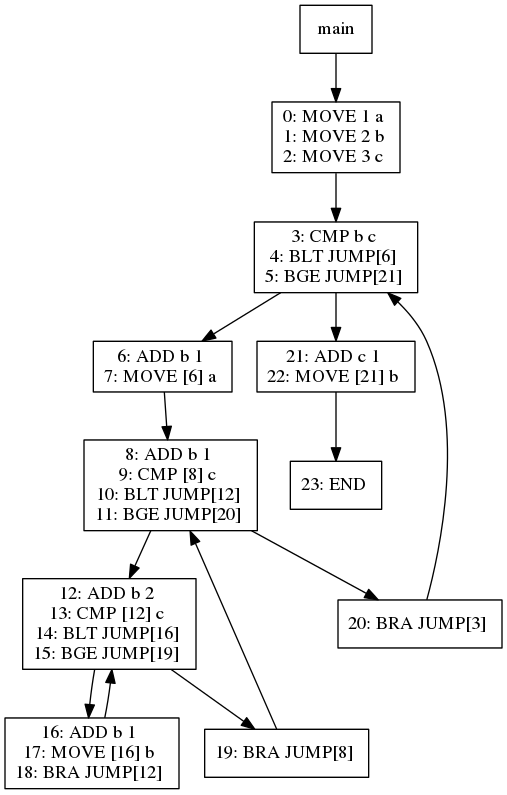
Earlier version of the Graphviz export viz/test022.dot.png (jiahanwang/PL241-Compiler). Its source is kept beside it as viz/test022.dot.
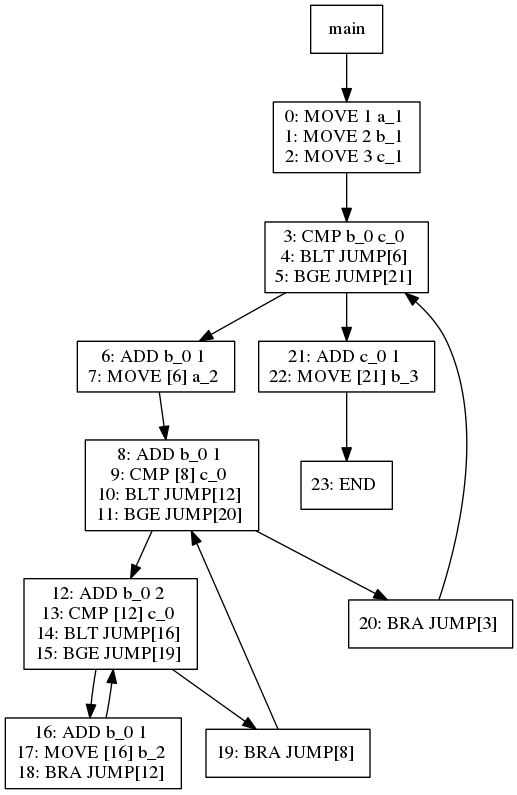
The same file after the commit.

Diff of the diagram source:
```diff
@@ -1,51 +1,51 @@
 digraph test022 {
 node [shape=box]
-390[label="main"]
-390 -> 392
-392[label="0: MOVE 1 a
-1: MOVE 2 b
-2: MOVE 3 c
+1[label="main"]
+1 -> 3
+3[label="0: MOVE 1 a_1
+1: MOVE 2 b_1
+2: MOVE 3 c_1
 "]
-392 -> 395
-395[label="3: CMP b c
+3 -> 6
+6[label="3: CMP b_0 c_0
 4: BLT JUMP[6]
 5: BGE JUMP[21]
 "]
-395 -> 397
-397[label="6: ADD b 1
-7: MOVE [6] a
+6 -> 8
+8[label="6: ADD b_0 1
+7: MOVE [6] a_2
 "]
-397 -> 398
-398[label="8: ADD b 1
-9: CMP [8] c
+8 -> 9
+9[label="8: ADD b_0 1
+9: CMP [8] c_0
 10: BLT JUMP[12]
 11: BGE JUMP[20]
 "]
-398 -> 400
-400[label="12: ADD b 2
-13: CMP [12] c
+9 -> 11
+11[label="12: ADD b_0 2
+13: CMP [12] c_0
 14: BLT JUMP[16]
 15: BGE JUMP[19]
 "]
-400 -> 402
-402[label="16: ADD b 1
-17: MOVE [16] b
+11 -> 13
+13[label="16: ADD b_0 1
+17: MOVE [16] b_2
 18: BRA JUMP[12]
 "]
-402 -> 400
-400 -> 401
-401[label="19: BRA JUMP[8]
+13 -> 11
+11 -> 12
+12[label="19: BRA JUMP[8]
 "]
-401 -> 398
-398 -> 399
-399[label="20: BRA JUMP[3]
+12 -> 9
+9 -> 10
+10[label="20: BRA JUMP[3]
 "]
-399 -> 395
-395 -> 396
-396[label="21: ADD c 1
-22: MOVE [21] b
+10 -> 6
+6 -> 7
+7[label="21: ADD c_0 1
+22: MOVE [21] b_3
 "]
-396 -> 404
-404[label="23: END
+7 -> 15
+15[label="23: END
 "]
 }
```
